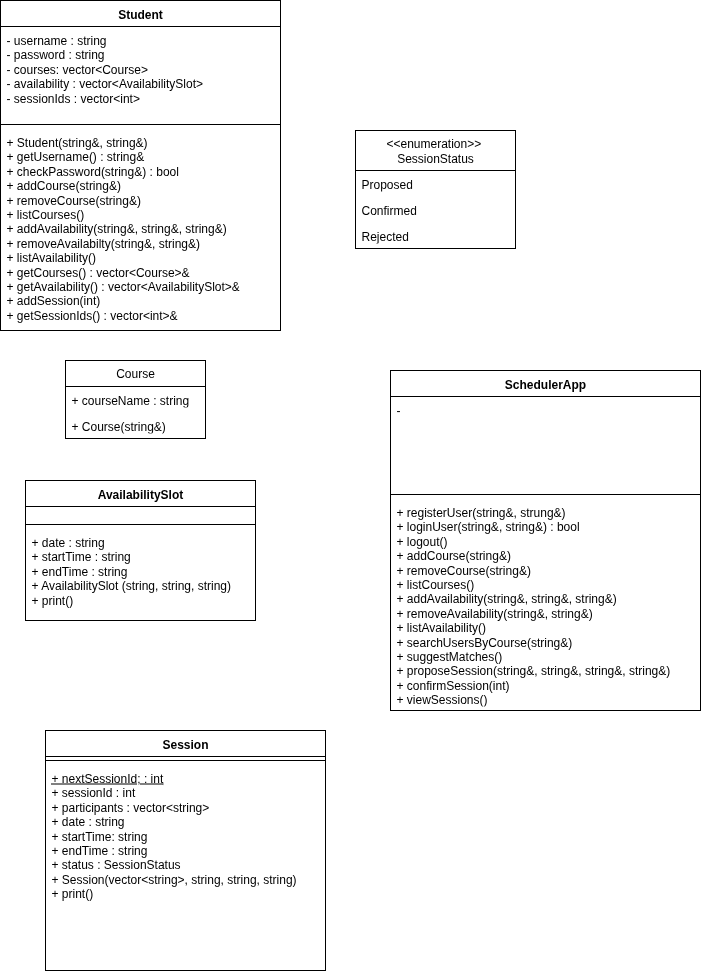
Earlier version of the draw.io export UML.png (lwmille/CPSC-3720). Source tidied: cells renumbered, new cells last; positions are measured from the earlier drawing's top-left corner, leaving out a move shared by most shapes.
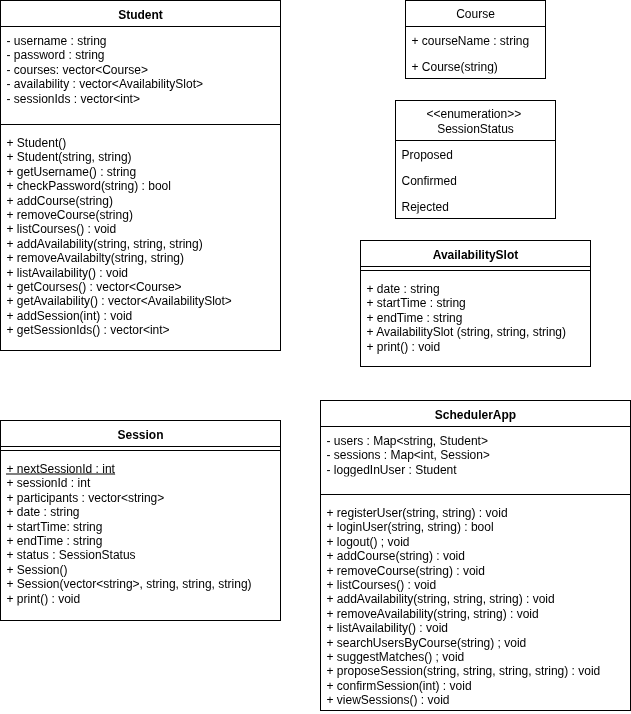
Above is the later version.

Diff of the diagram source:
```diff
@@ -3,7 +3,7 @@
     <mxCell id="0" />
     <mxCell id="1" parent="0" />
     <mxCell id="2" value="Student" style="swimlane;fontStyle=1;align=center;verticalAlign=top;horizontal=1;startSize=26;whiteSpace=wrap;html=1;" parent="1" vertex="1">
-      <mxGeometry width="280" height="330" as="geometry" />
+      <mxGeometry x="45" y="-30" width="280" height="350" as="geometry" />
     </mxCell>
     <mxCell id="3" value="- username : string&lt;div&gt;- password : string&lt;/div&gt;&lt;div&gt;- courses: vector&amp;lt;Course&amp;gt;&lt;/div&gt;&lt;div&gt;- availability : vector&amp;lt;AvailabilitySlot&amp;gt;&lt;/div&gt;&lt;div&gt;- sessionIds : vector&amp;lt;int&amp;gt;&lt;/div&gt;" style="text;strokeColor=none;fillColor=none;align=left;verticalAlign=top;spacingLeft=4;spacingRight=4;overflow=hidden;whiteSpace=wrap;html=1;" parent="2" vertex="1">
       <mxGeometry y="26" width="280" height="94" as="geometry" />
@@ -11,32 +11,29 @@
     <mxCell id="4" style="line;strokeWidth=1;fillColor=none;align=left;verticalAlign=middle;spacingTop=-1;spacingLeft=3;spacingRight=3;labelPosition=right;strokeColor=inherit;" parent="2" vertex="1">
       <mxGeometry y="120" width="280" height="8" as="geometry" />
     </mxCell>
-    <mxCell id="5" value="&lt;div&gt;+ Student(string&amp;amp;, string&amp;amp;)&lt;/div&gt;&lt;div&gt;+ getUsername() : string&amp;amp;&lt;/div&gt;+ checkPassword(string&amp;amp;) : bool&lt;br&gt;&lt;div&gt;+ addCourse(string&amp;amp;)&lt;/div&gt;&lt;div&gt;+ removeCourse(string&amp;amp;)&lt;/div&gt;&lt;div&gt;+ listCourses()&lt;/div&gt;&lt;div&gt;+ addAvailability(string&amp;amp;, string&amp;amp;, string&amp;amp;)&lt;/div&gt;&lt;div&gt;+ removeAvailabilty(string&amp;amp;, string&amp;amp;)&lt;/div&gt;&lt;div&gt;+ listAvailability()&lt;/div&gt;&lt;div&gt;+ getCourses() : vector&amp;lt;Course&amp;gt;&amp;amp;&lt;/div&gt;&lt;div&gt;+ getAvailability() : vector&amp;lt;AvailabilitySlot&amp;gt;&amp;amp;&lt;/div&gt;&lt;div&gt;+ addSession(int)&lt;/div&gt;&lt;div&gt;+ getSessionIds() : vector&amp;lt;int&amp;gt;&amp;amp;&lt;/div&gt;&lt;div&gt;&lt;br&gt;&lt;/div&gt;" style="text;strokeColor=none;fillColor=none;align=left;verticalAlign=top;spacingLeft=4;spacingRight=4;overflow=hidden;whiteSpace=wrap;html=1;" parent="2" vertex="1">
-      <mxGeometry y="128" width="280" height="202" as="geometry" />
+    <mxCell id="5" value="&lt;div&gt;+ Student()&lt;/div&gt;&lt;div&gt;+&lt;span style=&quot;background-color: transparent; color: light-dark(rgb(0, 0, 0), rgb(255, 255, 255));&quot;&gt;&amp;nbsp;Student(string, string)&lt;/span&gt;&lt;/div&gt;&lt;div&gt;+ getUsername() : string&lt;/div&gt;+ checkPassword(string) : bool&lt;br&gt;&lt;div&gt;+ addCourse(string)&lt;/div&gt;&lt;div&gt;+ removeCourse(string)&lt;/div&gt;&lt;div&gt;+ listCourses() : void&lt;/div&gt;&lt;div&gt;+ addAvailability(string, string, string)&lt;/div&gt;&lt;div&gt;+ removeAvailabilty(string, string)&lt;/div&gt;&lt;div&gt;+ listAvailability() : void&lt;/div&gt;&lt;div&gt;+ getCourses() : vector&amp;lt;Course&amp;gt;&lt;/div&gt;&lt;div&gt;+ getAvailability() : vector&amp;lt;AvailabilitySlot&amp;gt;&lt;/div&gt;&lt;div&gt;+ addSession(int) : void&lt;/div&gt;&lt;div&gt;+ getSessionIds() : vector&amp;lt;int&amp;gt;&lt;/div&gt;&lt;div&gt;&lt;br&gt;&lt;/div&gt;" style="text;strokeColor=none;fillColor=none;align=left;verticalAlign=top;spacingLeft=4;spacingRight=4;overflow=hidden;whiteSpace=wrap;html=1;" parent="2" vertex="1">
+      <mxGeometry y="128" width="280" height="222" as="geometry" />
     </mxCell>
     <mxCell id="6" value="AvailabilitySlot" style="swimlane;fontStyle=1;align=center;verticalAlign=top;horizontal=1;startSize=26;whiteSpace=wrap;html=1;" parent="1" vertex="1">
-      <mxGeometry x="25" y="480" width="230" height="140" as="geometry" />
+      <mxGeometry x="405" y="210" width="230" height="126" as="geometry" />
     </mxCell>
-    <mxCell id="7" value="&lt;div&gt;&lt;br&gt;&lt;/div&gt;" style="text;strokeColor=none;fillColor=none;align=left;verticalAlign=top;spacingLeft=4;spacingRight=4;overflow=hidden;whiteSpace=wrap;html=1;" parent="6" vertex="1">
-      <mxGeometry y="26" width="230" height="14" as="geometry" />
-    </mxCell>
     <mxCell id="8" style="line;strokeWidth=1;fillColor=none;align=left;verticalAlign=middle;spacingTop=-1;spacingLeft=3;spacingRight=3;labelPosition=right;strokeColor=inherit;" parent="6" vertex="1">
-      <mxGeometry y="40" width="230" height="8" as="geometry" />
+      <mxGeometry y="26" width="230" height="8" as="geometry" />
     </mxCell>
-    <mxCell id="9" value="&lt;div&gt;+&lt;span style=&quot;background-color: transparent; color: light-dark(rgb(0, 0, 0), rgb(255, 255, 255));&quot;&gt;&amp;nbsp;date : string&lt;/span&gt;&lt;/div&gt;&lt;div&gt;+ startTime : string&lt;/div&gt;&lt;div&gt;+ endTime : string&lt;/div&gt;+ AvailabilitySlot (string, string, string)&lt;div&gt;+ print()&lt;br&gt;&lt;div&gt;&lt;br&gt;&lt;/div&gt;&lt;/div&gt;" style="text;strokeColor=none;fillColor=none;align=left;verticalAlign=top;spacingLeft=4;spacingRight=4;overflow=hidden;whiteSpace=wrap;html=1;" parent="6" vertex="1">
-      <mxGeometry y="48" width="230" height="92" as="geometry" />
+    <mxCell id="9" value="&lt;div&gt;+&lt;span style=&quot;background-color: transparent; color: light-dark(rgb(0, 0, 0), rgb(255, 255, 255));&quot;&gt;&amp;nbsp;date : string&lt;/span&gt;&lt;/div&gt;&lt;div&gt;+ startTime : string&lt;/div&gt;&lt;div&gt;+ endTime : string&lt;/div&gt;+ AvailabilitySlot (string, string, string)&lt;div&gt;+ print() : void&lt;br&gt;&lt;div&gt;&lt;br&gt;&lt;/div&gt;&lt;/div&gt;" style="text;strokeColor=none;fillColor=none;align=left;verticalAlign=top;spacingLeft=4;spacingRight=4;overflow=hidden;whiteSpace=wrap;html=1;" parent="6" vertex="1">
+      <mxGeometry y="34" width="230" height="92" as="geometry" />
     </mxCell>
     <mxCell id="10" value="Session" style="swimlane;fontStyle=1;align=center;verticalAlign=top;horizontal=1;startSize=26;whiteSpace=wrap;html=1;" parent="1" vertex="1">
-      <mxGeometry x="45" y="730" width="280" height="240" as="geometry" />
+      <mxGeometry x="45" y="390" width="280" height="200" as="geometry" />
     </mxCell>
     <mxCell id="11" style="line;strokeWidth=1;fillColor=none;align=left;verticalAlign=middle;spacingTop=-1;spacingLeft=3;spacingRight=3;labelPosition=right;strokeColor=inherit;" parent="10" vertex="1">
       <mxGeometry y="26" width="280" height="8" as="geometry" />
     </mxCell>
-    <mxCell id="12" value="&lt;u&gt;+ nextSessionId; : int&lt;/u&gt;&lt;div&gt;+ sessionId : int&lt;/div&gt;&lt;div&gt;+ participants : vector&amp;lt;string&amp;gt;&lt;/div&gt;&lt;div&gt;+ date : string&lt;/div&gt;&lt;div&gt;+ startTime: string&lt;/div&gt;&lt;div&gt;+ endTime : string&lt;/div&gt;&lt;div&gt;+ status : SessionStatus&lt;/div&gt;&lt;div&gt;+ Session(vector&amp;lt;string&amp;gt;, string, string, string)&lt;/div&gt;&lt;div&gt;+ print()&lt;/div&gt;" style="text;strokeColor=none;fillColor=none;align=left;verticalAlign=top;spacingLeft=4;spacingRight=4;overflow=hidden;whiteSpace=wrap;html=1;" parent="10" vertex="1">
-      <mxGeometry y="34" width="280" height="206" as="geometry" />
+    <mxCell id="12" value="&lt;u&gt;+ nextSessionId : int&lt;/u&gt;&lt;div&gt;+ sessionId : int&lt;/div&gt;&lt;div&gt;+ participants : vector&amp;lt;string&amp;gt;&lt;/div&gt;&lt;div&gt;+ date : string&lt;/div&gt;&lt;div&gt;+ startTime: string&lt;/div&gt;&lt;div&gt;+ endTime : string&lt;/div&gt;&lt;div&gt;+ status : SessionStatus&lt;/div&gt;&lt;div&gt;+ Session()&lt;/div&gt;&lt;div&gt;+ Session(vector&amp;lt;string&amp;gt;, string, string, string)&lt;/div&gt;&lt;div&gt;+ print() : void&lt;/div&gt;" style="text;strokeColor=none;fillColor=none;align=left;verticalAlign=top;spacingLeft=4;spacingRight=4;overflow=hidden;whiteSpace=wrap;html=1;" parent="10" vertex="1">
+      <mxGeometry y="34" width="280" height="166" as="geometry" />
     </mxCell>
     <mxCell id="13" value="&amp;lt;&amp;lt;enumeration&amp;gt;&amp;gt;&amp;nbsp;&lt;div&gt;SessionStatus&lt;/div&gt;" style="swimlane;fontStyle=0;horizontal=1;startSize=40;fillColor=none;whiteSpace=wrap;html=1;" parent="1" vertex="1">
-      <mxGeometry x="355" y="130" width="160" height="118" as="geometry" />
+      <mxGeometry x="440" y="70" width="160" height="118" as="geometry" />
     </mxCell>
     <mxCell id="14" value="Proposed" style="text;strokeColor=none;fillColor=none;align=left;verticalAlign=top;spacingLeft=4;spacingRight=4;overflow=hidden;whiteSpace=wrap;html=1;" parent="13" vertex="1">
       <mxGeometry y="40" width="160" height="26" as="geometry" />
@@ -48,24 +45,24 @@
       <mxGeometry y="92" width="160" height="26" as="geometry" />
     </mxCell>
     <mxCell id="17" value="SchedulerApp" style="swimlane;fontStyle=1;align=center;verticalAlign=top;horizontal=1;startSize=26;whiteSpace=wrap;html=1;" parent="1" vertex="1">
-      <mxGeometry x="390" y="370" width="310" height="340" as="geometry" />
+      <mxGeometry x="365" y="370" width="310" height="310" as="geometry" />
     </mxCell>
-    <mxCell id="18" value="-&amp;nbsp;" style="text;strokeColor=none;fillColor=none;align=left;verticalAlign=top;spacingLeft=4;spacingRight=4;overflow=hidden;whiteSpace=wrap;html=1;" parent="17" vertex="1">
-      <mxGeometry y="26" width="310" height="94" as="geometry" />
+    <mxCell id="18" value="- users : Map&amp;lt;string, Student&amp;gt;&lt;div&gt;- sessions : Map&amp;lt;int, Session&amp;gt;&lt;/div&gt;&lt;div&gt;- loggedInUser : Student&lt;/div&gt;" style="text;strokeColor=none;fillColor=none;align=left;verticalAlign=top;spacingLeft=4;spacingRight=4;overflow=hidden;whiteSpace=wrap;html=1;" parent="17" vertex="1">
+      <mxGeometry y="26" width="310" height="64" as="geometry" />
     </mxCell>
     <mxCell id="19" style="line;strokeWidth=1;fillColor=none;align=left;verticalAlign=middle;spacingTop=-1;spacingLeft=3;spacingRight=3;labelPosition=right;strokeColor=inherit;" parent="17" vertex="1">
-      <mxGeometry y="120" width="310" height="8" as="geometry" />
+      <mxGeometry y="90" width="310" height="8" as="geometry" />
     </mxCell>
-    <mxCell id="20" value="+ registerUser(string&amp;amp;, strung&amp;amp;)&lt;div&gt;+ loginUser(string&amp;amp;, string&amp;amp;) : bool&lt;/div&gt;&lt;div&gt;+ logout()&lt;/div&gt;&lt;div&gt;+ addCourse(string&amp;amp;)&lt;/div&gt;&lt;div&gt;+ removeCourse(string&amp;amp;)&lt;/div&gt;&lt;div&gt;+ listCourses()&lt;/div&gt;&lt;div&gt;+ addAvailability(string&amp;amp;, string&amp;amp;, string&amp;amp;)&lt;/div&gt;&lt;div&gt;+ removeAvailability(string&amp;amp;, string&amp;amp;)&lt;/div&gt;&lt;div&gt;+ listAvailability()&lt;/div&gt;&lt;div&gt;+ searchUsersByCourse(string&amp;amp;)&lt;/div&gt;&lt;div&gt;+ suggestMatches()&lt;/div&gt;&lt;div&gt;+ proposeSession(string&amp;amp;, string&amp;amp;, string&amp;amp;, string&amp;amp;)&lt;/div&gt;&lt;div&gt;+ confirmSession(int)&lt;/div&gt;&lt;div&gt;+ viewSessions()&lt;/div&gt;" style="text;strokeColor=none;fillColor=none;align=left;verticalAlign=top;spacingLeft=4;spacingRight=4;overflow=hidden;whiteSpace=wrap;html=1;" parent="17" vertex="1">
-      <mxGeometry y="128" width="310" height="212" as="geometry" />
+    <mxCell id="20" value="+ registerUser(string, string) : void&lt;div&gt;+ loginUser(string, string) : bool&lt;/div&gt;&lt;div&gt;+ logout() ; void&lt;/div&gt;&lt;div&gt;+ addCourse(string) : void&lt;/div&gt;&lt;div&gt;+ removeCourse(string) : void&lt;/div&gt;&lt;div&gt;+ listCourses() : void&lt;/div&gt;&lt;div&gt;+ addAvailability(string, string, string) : void&lt;/div&gt;&lt;div&gt;+ removeAvailability(string, string) : void&lt;/div&gt;&lt;div&gt;+ listAvailability() : void&lt;/div&gt;&lt;div&gt;+ searchUsersByCourse(string) ; void&lt;/div&gt;&lt;div&gt;+ suggestMatches() ; void&lt;/div&gt;&lt;div&gt;+ proposeSession(string, string, string, string) : void&lt;/div&gt;&lt;div&gt;+ confirmSession(int) : void&lt;/div&gt;&lt;div&gt;+ viewSessions() : void&lt;/div&gt;" style="text;strokeColor=none;fillColor=none;align=left;verticalAlign=top;spacingLeft=4;spacingRight=4;overflow=hidden;whiteSpace=wrap;html=1;" parent="17" vertex="1">
+      <mxGeometry y="98" width="310" height="212" as="geometry" />
     </mxCell>
     <mxCell id="21" value="Course" style="swimlane;fontStyle=0;horizontal=1;startSize=26;fillColor=none;whiteSpace=wrap;html=1;" parent="1" vertex="1">
-      <mxGeometry x="65" y="360" width="140" height="78" as="geometry" />
+      <mxGeometry x="450" y="-30" width="140" height="78" as="geometry" />
     </mxCell>
     <mxCell id="22" value="+ courseName : string" style="text;strokeColor=none;fillColor=none;align=left;verticalAlign=top;spacingLeft=4;spacingRight=4;overflow=hidden;whiteSpace=wrap;html=1;" parent="21" vertex="1">
       <mxGeometry y="26" width="140" height="26" as="geometry" />
     </mxCell>
-    <mxCell id="23" value="+ Course(string&amp;amp;)" style="text;strokeColor=none;fillColor=none;align=left;verticalAlign=top;spacingLeft=4;spacingRight=4;overflow=hidden;whiteSpace=wrap;html=1;" parent="21" vertex="1">
+    <mxCell id="23" value="+ Course(string)" style="text;strokeColor=none;fillColor=none;align=left;verticalAlign=top;spacingLeft=4;spacingRight=4;overflow=hidden;whiteSpace=wrap;html=1;" parent="21" vertex="1">
       <mxGeometry y="52" width="140" height="26" as="geometry" />
     </mxCell>
   </root>
```
